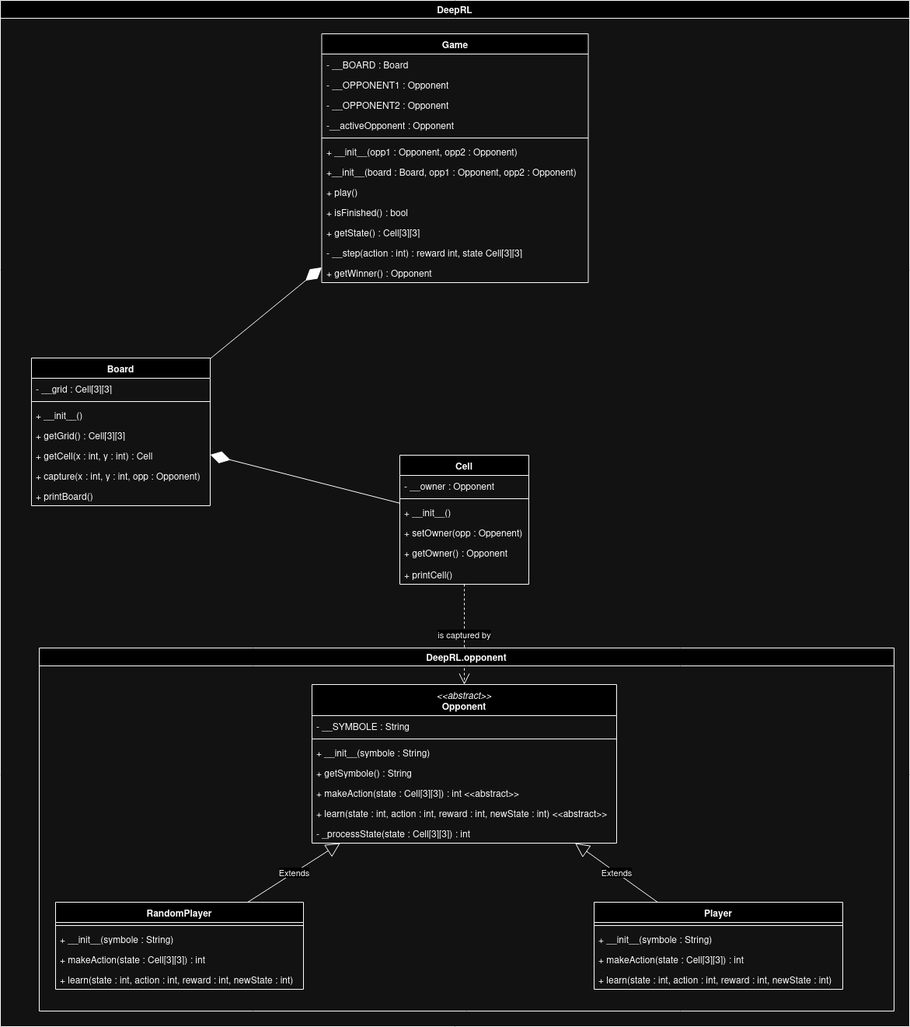
This is uml/UML.png from Enzo-Claeyssen/Q-Learning_for_Tic_Tac_Toe, a draw.io export, as it was before one commit. Source tidied: cells renumbered, new cells last; positions are measured from the earlier drawing's top-left corner, leaving out a move shared by most shapes.
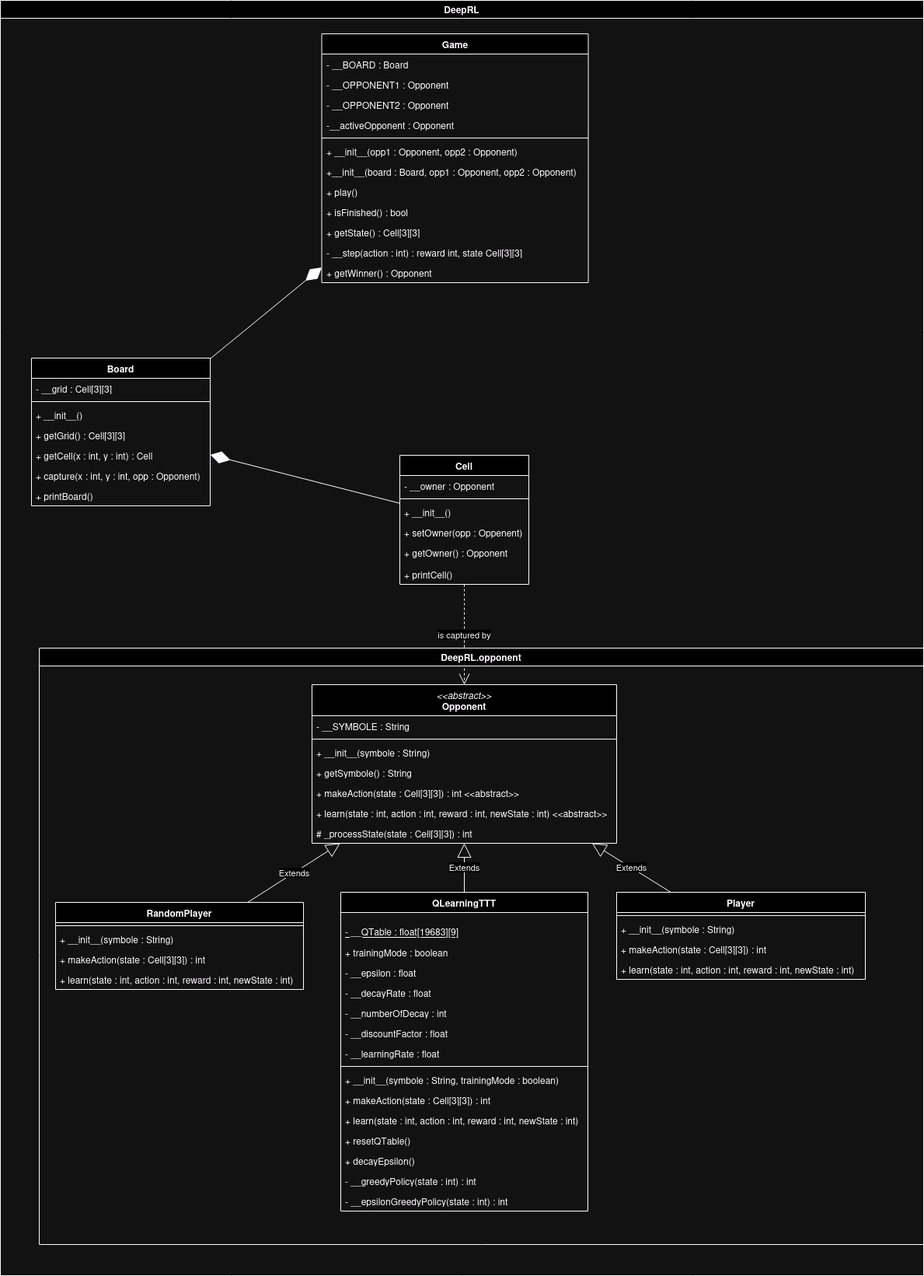
The same file after the commit.

Commit message:
Finished UML and Doc for v0.1 and v0.2

The edit, as a diff of the source:
```diff
@@ -3,7 +3,7 @@
     <mxCell id="0" />
     <mxCell id="1" parent="0" />
     <mxCell id="2" value="DeepRL" style="swimlane;" parent="1" vertex="1">
-      <mxGeometry width="1170" height="1320" as="geometry" />
+      <mxGeometry width="1188" height="1640" as="geometry" />
     </mxCell>
     <mxCell id="3" value="Game" style="swimlane;fontStyle=1;align=center;verticalAlign=top;horizontal=1;startSize=26;whiteSpace=wrap;html=1;" parent="2" vertex="1">
       <mxGeometry x="413.5" y="43" width="343" height="320" as="geometry" />
@@ -99,7 +99,7 @@
       <mxGeometry relative="1" as="geometry" />
     </mxCell>
     <mxCell id="34" value="DeepRL.opponent" style="swimlane;" parent="2" vertex="1">
-      <mxGeometry x="50" y="833" width="1100" height="467" as="geometry" />
+      <mxGeometry x="50" y="833" width="1138" height="767" as="geometry" />
     </mxCell>
     <mxCell id="35" value="RandomPlayer" style="swimlane;fontStyle=1;align=center;verticalAlign=top;horizontal=1;startSize=26;whiteSpace=wrap;html=1;" parent="34" vertex="1">
       <mxGeometry x="21" y="327" width="319" height="112" as="geometry" />
@@ -117,7 +117,7 @@
       <mxGeometry y="86" width="319" height="26" as="geometry" />
     </mxCell>
     <mxCell id="40" value="Player" style="swimlane;fontStyle=1;align=center;verticalAlign=top;horizontal=1;startSize=26;whiteSpace=wrap;html=1;" parent="34" vertex="1">
-      <mxGeometry x="714" y="327" width="320" height="112" as="geometry" />
+      <mxGeometry x="743" y="314" width="320" height="112" as="geometry" />
     </mxCell>
     <mxCell id="41" style="line;strokeWidth=1;fillColor=none;align=left;verticalAlign=middle;spacingTop=-1;spacingLeft=3;spacingRight=3;labelPosition=right;strokeColor=inherit;" parent="40" vertex="1">
       <mxGeometry y="26" width="320" height="8" as="geometry" />
@@ -152,7 +152,7 @@
     <mxCell id="51" value="+ learn(state : int, action : int, reward : int, newState : int) &amp;lt;&amp;lt;abstract&amp;gt;&amp;gt;" style="text;strokeColor=none;fillColor=none;align=left;verticalAlign=top;spacingLeft=4;spacingRight=4;overflow=hidden;whiteSpace=wrap;html=1;" parent="45" vertex="1">
       <mxGeometry y="152" width="392" height="26" as="geometry" />
     </mxCell>
-    <mxCell id="52" value="- _processState(state : Cell[3][3]) : int" style="text;strokeColor=none;fillColor=none;align=left;verticalAlign=top;spacingLeft=4;spacingRight=4;overflow=hidden;whiteSpace=wrap;html=1;" parent="45" vertex="1">
+    <mxCell id="52" value="# _processState(state : Cell[3][3]) : int" style="text;strokeColor=none;fillColor=none;align=left;verticalAlign=top;spacingLeft=4;spacingRight=4;overflow=hidden;whiteSpace=wrap;html=1;" parent="45" vertex="1">
       <mxGeometry y="178" width="392" height="26" as="geometry" />
     </mxCell>
     <mxCell id="53" value="Extends" style="endArrow=block;endSize=16;endFill=0;html=1;rounded=0;" parent="34" edge="1" source="35" target="45">
@@ -161,5 +161,56 @@
     <mxCell id="54" value="Extends" style="endArrow=block;endSize=16;endFill=0;html=1;rounded=0;" parent="34" edge="1" source="40" target="45">
       <mxGeometry relative="1" as="geometry" />
     </mxCell>
+    <mxCell id="55" value="QLearningTTT" style="swimlane;fontStyle=1;align=center;verticalAlign=top;horizontal=1;startSize=26;whiteSpace=wrap;html=1;" parent="34" vertex="1">
+      <mxGeometry x="388" y="314" width="318" height="410" as="geometry" />
+    </mxCell>
+    <mxCell id="56" value="&lt;p style=&quot;line-height: 100%;&quot;&gt;&lt;u&gt;- __QTable : float[19683][9]&lt;/u&gt;&lt;/p&gt;" style="text;strokeColor=none;fillColor=none;align=left;verticalAlign=top;spacingLeft=4;spacingRight=4;overflow=hidden;whiteSpace=wrap;html=1;" parent="55" vertex="1">
+      <mxGeometry y="26" width="318" height="38" as="geometry" />
+    </mxCell>
+    <mxCell id="57" value="+ trainingMode : boolean" style="text;strokeColor=none;fillColor=none;align=left;verticalAlign=top;spacingLeft=4;spacingRight=4;overflow=hidden;whiteSpace=wrap;html=1;" parent="55" vertex="1">
+      <mxGeometry y="64" width="318" height="26" as="geometry" />
+    </mxCell>
+    <mxCell id="58" value="- __epsilon : float" style="text;strokeColor=none;fillColor=none;align=left;verticalAlign=top;spacingLeft=4;spacingRight=4;overflow=hidden;whiteSpace=wrap;html=1;" parent="55" vertex="1">
+      <mxGeometry y="90" width="318" height="26" as="geometry" />
+    </mxCell>
+    <mxCell id="59" value="- __decayRate : float" style="text;strokeColor=none;fillColor=none;align=left;verticalAlign=top;spacingLeft=4;spacingRight=4;overflow=hidden;whiteSpace=wrap;html=1;" parent="55" vertex="1">
+      <mxGeometry y="116" width="318" height="26" as="geometry" />
+    </mxCell>
+    <mxCell id="60" value="- __numberOfDecay : int" style="text;strokeColor=none;fillColor=none;align=left;verticalAlign=top;spacingLeft=4;spacingRight=4;overflow=hidden;whiteSpace=wrap;html=1;" parent="55" vertex="1">
+      <mxGeometry y="142" width="318" height="26" as="geometry" />
+    </mxCell>
+    <mxCell id="61" value="- __discountFactor : float" style="text;strokeColor=none;fillColor=none;align=left;verticalAlign=top;spacingLeft=4;spacingRight=4;overflow=hidden;whiteSpace=wrap;html=1;" parent="55" vertex="1">
+      <mxGeometry y="168" width="318" height="26" as="geometry" />
+    </mxCell>
+    <mxCell id="62" value="- __learningRate : float" style="text;strokeColor=none;fillColor=none;align=left;verticalAlign=top;spacingLeft=4;spacingRight=4;overflow=hidden;whiteSpace=wrap;html=1;" parent="55" vertex="1">
+      <mxGeometry y="194" width="318" height="26" as="geometry" />
+    </mxCell>
+    <mxCell id="63" style="line;strokeWidth=1;fillColor=none;align=left;verticalAlign=middle;spacingTop=-1;spacingLeft=3;spacingRight=3;labelPosition=right;strokeColor=inherit;" parent="55" vertex="1">
+      <mxGeometry y="220" width="318" height="8" as="geometry" />
+    </mxCell>
+    <mxCell id="64" value="+ __init__(symbole : String, trainingMode : boolean)" style="text;strokeColor=none;fillColor=none;align=left;verticalAlign=top;spacingLeft=4;spacingRight=4;overflow=hidden;whiteSpace=wrap;html=1;" parent="55" vertex="1">
+      <mxGeometry y="228" width="318" height="26" as="geometry" />
+    </mxCell>
+    <mxCell id="65" value="+ makeAction(state : Cell[3][3]) : int" style="text;strokeColor=none;fillColor=none;align=left;verticalAlign=top;spacingLeft=4;spacingRight=4;overflow=hidden;whiteSpace=wrap;html=1;" parent="55" vertex="1">
+      <mxGeometry y="254" width="318" height="26" as="geometry" />
+    </mxCell>
+    <mxCell id="66" value="+ learn(state : int, action : int, reward : int, newState : int)" style="text;strokeColor=none;fillColor=none;align=left;verticalAlign=top;spacingLeft=4;spacingRight=4;overflow=hidden;whiteSpace=wrap;html=1;" parent="55" vertex="1">
+      <mxGeometry y="280" width="318" height="26" as="geometry" />
+    </mxCell>
+    <mxCell id="67" value="+ resetQTable()" style="text;strokeColor=none;fillColor=none;align=left;verticalAlign=top;spacingLeft=4;spacingRight=4;overflow=hidden;whiteSpace=wrap;html=1;" parent="55" vertex="1">
+      <mxGeometry y="306" width="318" height="26" as="geometry" />
+    </mxCell>
+    <mxCell id="68" value="+ decayEpsilon()" style="text;strokeColor=none;fillColor=none;align=left;verticalAlign=top;spacingLeft=4;spacingRight=4;overflow=hidden;whiteSpace=wrap;html=1;" parent="55" vertex="1">
+      <mxGeometry y="332" width="318" height="26" as="geometry" />
+    </mxCell>
+    <mxCell id="69" value="- __greedyPolicy(state : int) : int" style="text;strokeColor=none;fillColor=none;align=left;verticalAlign=top;spacingLeft=4;spacingRight=4;overflow=hidden;whiteSpace=wrap;html=1;" parent="55" vertex="1">
+      <mxGeometry y="358" width="318" height="26" as="geometry" />
+    </mxCell>
+    <mxCell id="70" value="&lt;div&gt;- __epsilonGreedyPolicy(state : int) : int&lt;br&gt;&lt;/div&gt;" style="text;strokeColor=none;fillColor=none;align=left;verticalAlign=top;spacingLeft=4;spacingRight=4;overflow=hidden;whiteSpace=wrap;html=1;" parent="55" vertex="1">
+      <mxGeometry y="384" width="318" height="26" as="geometry" />
+    </mxCell>
+    <mxCell id="71" value="Extends" style="endArrow=block;endSize=16;endFill=0;html=1;rounded=0;" parent="34" edge="1" source="55" target="45">
+      <mxGeometry relative="1" as="geometry" />
+    </mxCell>
   </root>
 </mxGraphModel>
```
